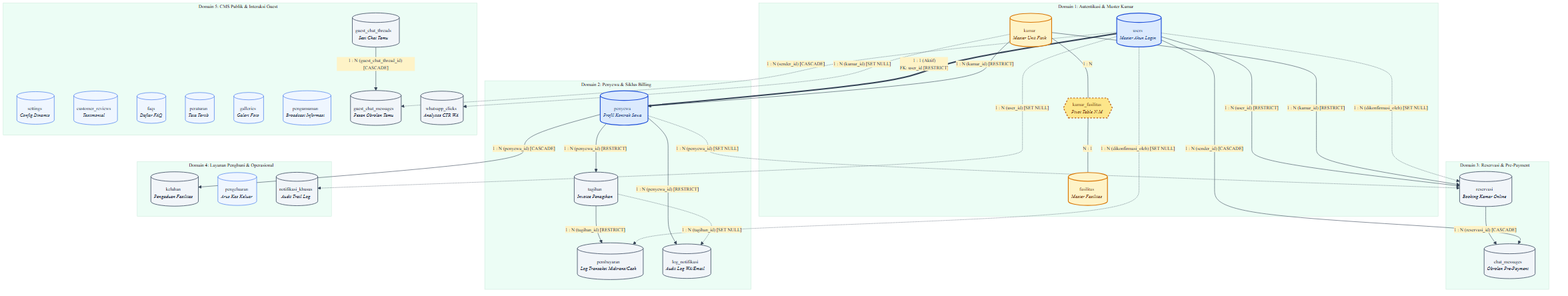
rafifarsyapradiva/asri-boarding-house keeps this Mermaid diagram as Blueprint/erd/peta_relasi_kardinalitas_global.png. Above is the earlier version. Its source is kept beside it as Blueprint/erd/peta_relasi_kardinalitas_global.mmd. Its diagram source:
```mermaid
%%{init: {
  'theme': 'base',
  'themeVariables': {
    'primaryColor': '#EFF6FF',
    'primaryTextColor': '#1E293B',
    'primaryBorderColor': '#2563EB',
    'lineColor': '#334155',
    'secondaryColor': '#FEF3C7',
    'tertiaryColor': '#ECFDF5',
    'fontSize': '12px',
    'fontFamily': 'Inter, system-ui, sans-serif'
  }
}}%%
flowchart TB
    subgraph D1["Domain 1: Autentikasi & Master Kamar"]
        direction TB
        USERS[("users<br><i>Master Akun Login</i>")]
        KAMAR[("kamar<br><i>Master Unit Fisik</i>")]
        FASILITAS[("fasilitas<br><i>Master Fasilitas</i>")]
        KF{{"kamar_fasilitas<br><i>Pivot Table N:M</i>"}}
    end

    subgraph D2["Domain 2: Penyewa & Siklus Billing"]
        direction TB
        PENYEWA[("penyewa<br><i>Profil Kontrak Sewa</i>")]
        TAGIHAN[("tagihan<br><i>Invoice Penagihan</i>")]
        PEMBAYARAN[("pembayaran<br><i>Log Transaksi Midtrans/Cash</i>")]
        LOG_NOTIF[("log_notifikasi<br><i>Audit Log WA/Email</i>")]
    end

    subgraph D3["Domain 3: Reservasi & Pre-Payment"]
        direction TB
        RESERVASI[("reservasi<br><i>Booking Kamar Online</i>")]
        CHAT_MSG[("chat_messages<br><i>Obrolan Pre-Payment</i>")]
    end

    subgraph D4["Domain 4: Layanan Penghuni & Operasional"]
        direction TB
        KELUHAN[("keluhan<br><i>Pengaduan Fasilitas</i>")]
        PENGELUARAN[("pengeluaran<br><i>Arus Kas Keluar</i>")]
        NOTIF_KHUSUS[("notifikasi_khusus<br><i>Audit Trail Log</i>")]
    end

    subgraph D5["Domain 5: CMS Publik & Interaksi Guest"]
        direction TB
        SETTINGS[("settings<br><i>Config Dinamis</i>")]
        REVIEWS[("customer_reviews<br><i>Testimonial</i>")]
        FAQS[("faqs<br><i>Daftar FAQ</i>")]
        PERATURAN[("peraturan<br><i>Tata Tertib</i>")]
        GALLERIES[("galleries<br><i>Galeri Foto</i>")]
        PENGUMUMAN[("pengumuman<br><i>Broadcast Informasi</i>")]
        GUEST_THREADS[("guest_chat_threads<br><i>Sesi Chat Tamu</i>")]
        GUEST_MSGS[("guest_chat_messages<br><i>Pesan Obrolan Tamu</i>")]
        WA_CLICKS[("whatsapp_clicks<br><i>Analytics CTR WA</i>")]
    end

    USERS ===|"1 : 1 (Aktif)<br>FK: user_id [RESTRICT]"| PENYEWA

    KAMAR ---|"1 : N"| KF
    KF ---|"N : 1"| FASILITAS

    KAMAR -->|"1 : N (kamar_id) [RESTRICT]"| PENYEWA
    PENYEWA -->|"1 : N (penyewa_id) [RESTRICT]"| TAGIHAN
    TAGIHAN -->|"1 : N (tagihan_id) [RESTRICT]"| PEMBAYARAN
    USERS -.->|"1 : N (dikonfirmasi_oleh) [SET NULL]"| PEMBAYARAN
    PENYEWA -->|"1 : N (penyewa_id) [RESTRICT]"| LOG_NOTIF
    TAGIHAN -.->|"1 : N (tagihan_id) [SET NULL]"| LOG_NOTIF

    USERS -->|"1 : N (user_id) [RESTRICT]"| RESERVASI
    KAMAR -->|"1 : N (kamar_id) [RESTRICT]"| RESERVASI
    USERS -.->|"1 : N (dikonfirmasi_oleh) [SET NULL]"| RESERVASI
    PENYEWA -.->|"1 : N (penyewa_id) [SET NULL]"| RESERVASI
    RESERVASI -->|"1 : N (reservasi_id) [CASCADE]"| CHAT_MSG
    USERS -->|"1 : N (sender_id) [CASCADE]"| CHAT_MSG

    PENYEWA -->|"1 : N (penyewa_id) [CASCADE]"| KELUHAN
    GUEST_THREADS -->|"1 : N (guest_chat_thread_id) [CASCADE]"| GUEST_MSGS
    USERS -.->|"1 : N (sender_id) [CASCADE]"| GUEST_MSGS
    USERS -.->|"1 : N (user_id) [SET NULL]"| NOTIF_KHUSUS
    KAMAR -.->|"1 : N (kamar_id) [SET NULL]"| WA_CLICKS

    classDef otoClass fill:#DBEAFE,stroke:#1D4ED8,stroke-width:2px,color:#1E3A8A;
    classDef mtmClass fill:#FEF3C7,stroke:#D97706,stroke-width:2px,color:#78350F;
    classDef otmClass fill:#F1F5F9,stroke:#475569,stroke-width:1.5px,color:#0F172A;
    classDef pivotClass fill:#FDE68A,stroke:#B45309,stroke-width:2px,stroke-dasharray: 4 4,color:#78350F;

    class USERS,PENYEWA otoClass;
    class KAMAR,FASILITAS mtmClass;
    class KF pivotClass;
    class TAGIHAN,PEMBAYARAN,LOG_NOTIF,RESERVASI,CHAT_MSG,KELUHAN,GUEST_THREADS,GUEST_MSGS,NOTIF_KHUSUS,WA_CLICKS otmClass;
```
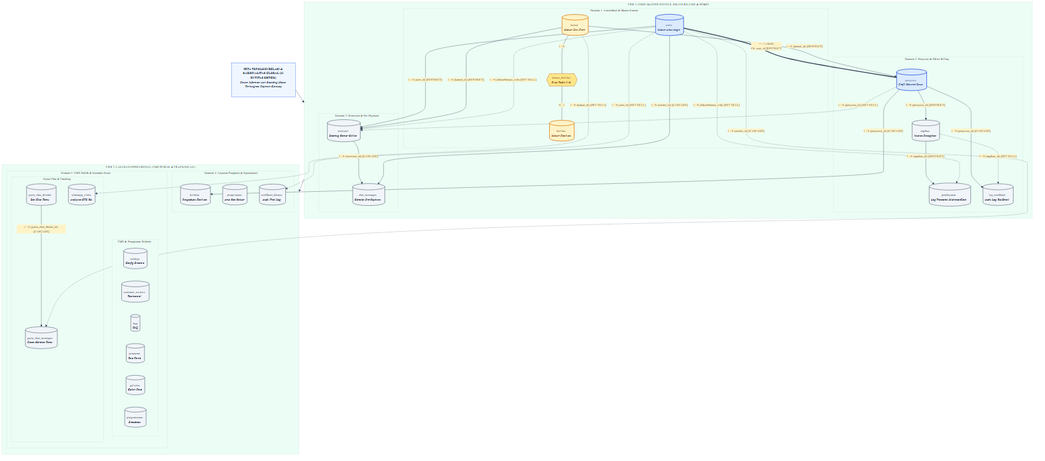
After the commit.

The edit, as a diff of the source:
```diff
@@ -12,47 +12,64 @@
   }
 }}%%
 flowchart TB
-    subgraph D1["Domain 1: Autentikasi & Master Kamar"]
-        direction TB
-        USERS[("users<br><i>Master Akun Login</i>")]
-        KAMAR[("kamar<br><i>Master Unit Fisik</i>")]
-        FASILITAS[("fasilitas<br><i>Master Fasilitas</i>")]
-        KF{{"kamar_fasilitas<br><i>Pivot Table N:M</i>"}}
+    TITLE["<b>PETA TOPOLOGI RELASI & KARDINALITAS GLOBAL (22 ENTITAS SISTEM)</b><br><i>Sistem Informasi Asri Boarding House Terintegrasi Payment Gateway</i>"]
+
+    subgraph ROW1 ["TIER 1: CORE MASTER ENTITAS, SIKLUS BILLING & PEMESANAN"]
+        direction LR
+        subgraph D1["Domain 1: Autentikasi & Master Kamar"]
+            direction TB
+            USERS[("users<br><i>Master Akun Login</i>")]
+            KAMAR[("kamar<br><i>Master Unit Fisik</i>")]
+            FASILITAS[("fasilitas<br><i>Master Fasilitas</i>")]
+            KF{{"kamar_fasilitas<br><i>Pivot Table N:M</i>"}}
+        end
+
+        subgraph D2["Domain 2: Penyewa & Siklus Billing"]
+            direction TB
+            PENYEWA[("penyewa<br><i>Profil Kontrak Sewa</i>")]
+            TAGIHAN[("tagihan<br><i>Invoice Penagihan</i>")]
+            PEMBAYARAN[("pembayaran<br><i>Log Transaksi Midtrans/Cash</i>")]
+            LOG_NOTIF[("log_notifikasi<br><i>Audit Log WA/Email</i>")]
+        end
+
+        subgraph D3["Domain 3: Reservasi & Pre-Payment"]
+            direction TB
+            RESERVASI[("reservasi<br><i>Booking Kamar Online</i>")]
+            CHAT_MSG[("chat_messages<br><i>Obrolan Pre-Payment</i>")]
+        end
     end
 
-    subgraph D2["Domain 2: Penyewa & Siklus Billing"]
-        direction TB
-        PENYEWA[("penyewa<br><i>Profil Kontrak Sewa</i>")]
-        TAGIHAN[("tagihan<br><i>Invoice Penagihan</i>")]
-        PEMBAYARAN[("pembayaran<br><i>Log Transaksi Midtrans/Cash</i>")]
-        LOG_NOTIF[("log_notifikasi<br><i>Audit Log WA/Email</i>")]
+    subgraph ROW2 ["TIER 2: LAYANAN OPERASIONAL, CMS PUBLIK & TRACKING ANALYTICS"]
+        direction LR
+        subgraph D4["Domain 4: Layanan Penghuni & Operasional"]
+            direction TB
+            KELUHAN[("keluhan<br><i>Pengaduan Fasilitas</i>")]
+            PENGELUARAN[("pengeluaran<br><i>Arus Kas Keluar</i>")]
+            NOTIF_KHUSUS[("notifikasi_khusus<br><i>Audit Trail Log</i>")]
+        end
+
+        subgraph D5["Domain 5: CMS Publik & Interaksi Guest"]
+            direction TB
+            subgraph CMS_STATIC ["CMS & Pengaturan Website"]
+                direction LR
+                SETTINGS[("settings<br><i>Config Dinamis</i>")]
+                REVIEWS[("customer_reviews<br><i>Testimonial</i>")]
+                FAQS[("faqs<br><i>FAQ</i>")]
+                PERATURAN[("peraturan<br><i>Tata Tertib</i>")]
+                GALLERIES[("galleries<br><i>Galeri Foto</i>")]
+                PENGUMUMAN[("pengumuman<br><i>Broadcast</i>")]
+            end
+            subgraph GUEST_ENGAGEMENT ["Guest Chat & Tracking"]
+                direction TB
+                GUEST_THREADS[("guest_chat_threads<br><i>Sesi Chat Tamu</i>")]
+                GUEST_MSGS[("guest_chat_messages<br><i>Pesan Obrolan Tamu</i>")]
+                WA_CLICKS[("whatsapp_clicks<br><i>Analytics CTR WA</i>")]
+            end
+        end
     end
 
-    subgraph D3["Domain 3: Reservasi & Pre-Payment"]
-        direction TB
-        RESERVASI[("reservasi<br><i>Booking Kamar Online</i>")]
-        CHAT_MSG[("chat_messages<br><i>Obrolan Pre-Payment</i>")]
-    end
-
-    subgraph D4["Domain 4: Layanan Penghuni & Operasional"]
-        direction TB
-        KELUHAN[("keluhan<br><i>Pengaduan Fasilitas</i>")]
-        PENGELUARAN[("pengeluaran<br><i>Arus Kas Keluar</i>")]
-        NOTIF_KHUSUS[("notifikasi_khusus<br><i>Audit Trail Log</i>")]
-    end
-
-    subgraph D5["Domain 5: CMS Publik & Interaksi Guest"]
-        direction TB
-        SETTINGS[("settings<br><i>Config Dinamis</i>")]
-        REVIEWS[("customer_reviews<br><i>Testimonial</i>")]
-        FAQS[("faqs<br><i>Daftar FAQ</i>")]
-        PERATURAN[("peraturan<br><i>Tata Tertib</i>")]
-        GALLERIES[("galleries<br><i>Galeri Foto</i>")]
-        PENGUMUMAN[("pengumuman<br><i>Broadcast Informasi</i>")]
-        GUEST_THREADS[("guest_chat_threads<br><i>Sesi Chat Tamu</i>")]
-        GUEST_MSGS[("guest_chat_messages<br><i>Pesan Obrolan Tamu</i>")]
-        WA_CLICKS[("whatsapp_clicks<br><i>Analytics CTR WA</i>")]
-    end
+    TITLE --> ROW1
+    ROW1 --> ROW2
 
     USERS ===|"1 : 1 (Aktif)<br>FK: user_id [RESTRICT]"| PENYEWA
 
@@ -63,7 +80,7 @@
     PENYEWA -->|"1 : N (penyewa_id) [RESTRICT]"| TAGIHAN
     TAGIHAN -->|"1 : N (tagihan_id) [RESTRICT]"| PEMBAYARAN
     USERS -.->|"1 : N (dikonfirmasi_oleh) [SET NULL]"| PEMBAYARAN
-    PENYEWA -->|"1 : N (penyewa_id) [RESTRICT]"| LOG_NOTIF
+    PENYEWA -->|"1 : N (penyewa_id) [CASCADE]"| LOG_NOTIF
     TAGIHAN -.->|"1 : N (tagihan_id) [SET NULL]"| LOG_NOTIF
 
     USERS -->|"1 : N (user_id) [RESTRICT]"| RESERVASI
@@ -87,4 +104,4 @@
     class USERS,PENYEWA otoClass;
     class KAMAR,FASILITAS mtmClass;
     class KF pivotClass;
-    class TAGIHAN,PEMBAYARAN,LOG_NOTIF,RESERVASI,CHAT_MSG,KELUHAN,GUEST_THREADS,GUEST_MSGS,NOTIF_KHUSUS,WA_CLICKS otmClass;
+    class TAGIHAN,PEMBAYARAN,LOG_NOTIF,RESERVASI,CHAT_MSG,KELUHAN,GUEST_THREADS,GUEST_MSGS,NOTIF_KHUSUS,WA_CLICKS,PENGELUARAN,SETTINGS,REVIEWS,FAQS,PERATURAN,GALLERIES,PENGUMUMAN otmClass;
```
